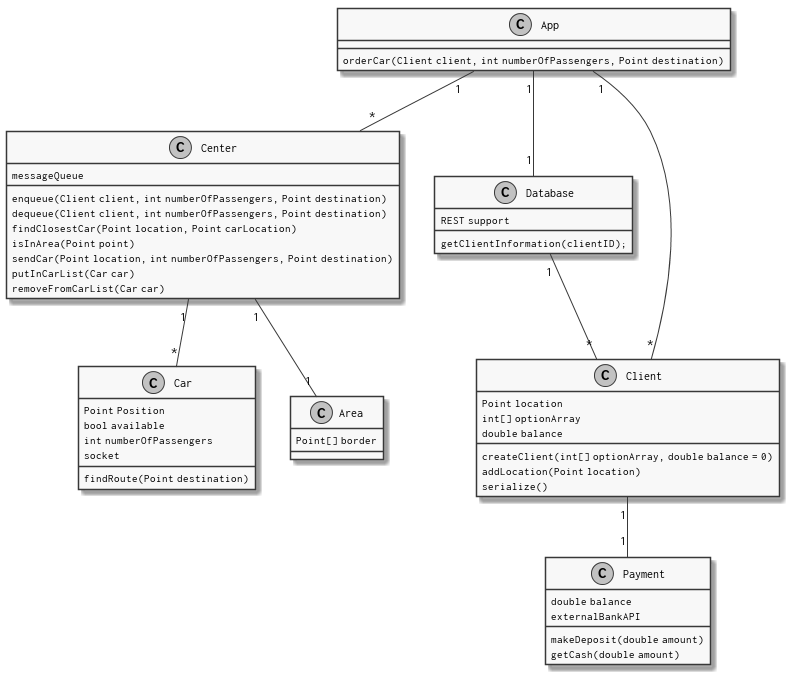
This is Diagrams/classDiagram.png from TwanSchoonen/Networking2018, a PlantUML export, as it was before one commit.
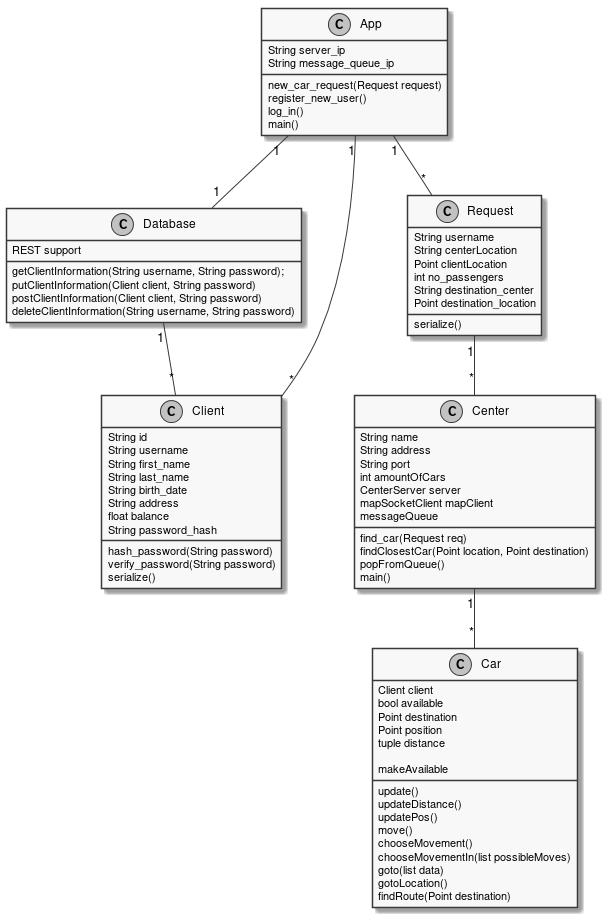
The same file after the commit.

Commit message:
class diagram updates

What changed in the source:
```diff
@@ -4,65 +4,91 @@
 }
 
 class Car {
-  Point Position
+  Client client
   bool available
-  int numberOfPassengers
-  socket
+  Point destination
+  Point position
+  tuple distance
 
+  update()
+  updateDistance()
+  updatePos()
+  move()
+  chooseMovement()
+  chooseMovementIn(list possibleMoves)
+  goto(list data)
+  gotoLocation()
+  makeAvailable
   findRoute(Point destination)
-}
-
-class Area {
-  Point[] border
 
 }
 
 class Center {
+  String name
+  String address
+  String port
+  int amountOfCars
+  CenterServer server
+  mapSocketClient mapClient
   messageQueue
 
-  enqueue(Client client, int numberOfPassengers, Point destination)
-  dequeue(Client client, int numberOfPassengers, Point destination)
-  findClosestCar(Point location, Point carLocation)
-  isInArea(Point point)
-  sendCar(Point location, int numberOfPassengers, Point destination)
-  putInCarList(Car car)
-  removeFromCarList(Car car)
+  find_car(Request req)
+  findClosestCar(Point location, Point destination)
+  popFromQueue()
+  main()
+
 }
 
 class Database {
   REST support
-  getClientInformation(clientID);
+  getClientInformation(String username, String password);
+  putClientInformation(Client client, String password)
+  postClientInformation(Client client, String password)
+  deleteClientInformation(String username, String password)
 }
 
 class App {
+  String server_ip
+  String message_queue_ip
 
-  orderCar(Client client, int numberOfPassengers, Point destination)
+  new_car_request(Request request)
+  register_new_user()
+  log_in()
+  main()
 }
 
-class Payment {
-  double balance
-  externalBankAPI
+class Request {
+  String username
+  String centerLocation
+  Point clientLocation
+  int no_passengers
+  String destination_center
+  Point destination_location
 
-  makeDeposit(double amount)
-  getCash(double amount)
+  serialize()
 }
 
+
 class Client {
-  Point location
-  int[] optionArray
-  double balance
+  String id
+  String username
+  String first_name
+  String last_name
+  String birth_date
+  String address
+  float balance
+  String password_hash
 
-  createClient(int[] optionArray, double balance = 0)
-  addLocation(Point location)
+  hash_password(String password)
+  verify_password(String password)
   serialize()
 }
 
 App "1" -- "*" Client
-App "1" -- "*" Center
+App "1" -- "*" Request
+Request "1" -- "*" Center
 Center "1" -- "*" Car
-Center "1" -- "1" Area
 App "1" -- "1" Database
 Database "1" -- "*" Client
-Client "1" -- "1" Payment
 
 @enduml
```
